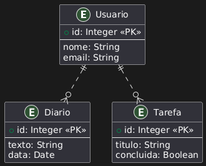
kevinloppes/ddm-Smoothme keeps this PlantUML diagram as docs/database/MER.png. Above is the earlier version. Source of this version:
```plantuml
@startuml
!define ENTITY #FFD700
!define RELATIONSHIP #90EE90

entity Usuario {
  + id: Integer <<PK>>
  --
  nome: String
  email: String
}

entity Diario {
  + id: Integer <<PK>>
  --
  texto: String
  data: Date
}

entity Tarefa {
  + id: Integer <<PK>>
  --
  titulo: String
  concluida: Boolean
}

Usuario ||..o{ Diario
Usuario ||..o{ Tarefa
@enduml
```
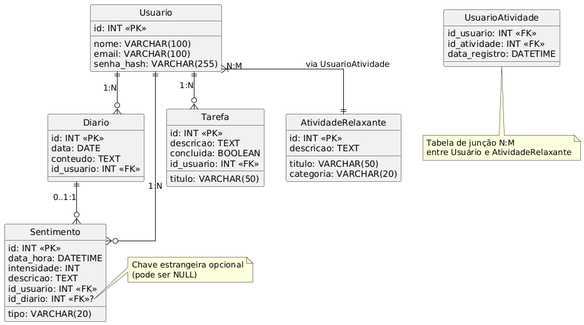
The same file after the commit.

The edit, as a diff of the source:
```diff
@@ -1,28 +1,65 @@
 @startuml
-!define ENTITY #FFD700
-!define RELATIONSHIP #90EE90
+hide circle
+skinparam linetype ortho
 
 entity Usuario {
-  + id: Integer <<PK>>
-  --
-  nome: String
-  email: String
+  id: INT <<PK>>
+  nome: VARCHAR(100)
+  email: VARCHAR(100)
+  senha_hash: VARCHAR(255)
 }
 
 entity Diario {
-  + id: Integer <<PK>>
-  --
-  texto: String
-  data: Date
+  id: INT <<PK>>
+  data: DATE
+  conteudo: TEXT
+  id_usuario: INT <<FK>>
 }
 
 entity Tarefa {
-  + id: Integer <<PK>>
-  --
-  titulo: String
-  concluida: Boolean
+  id: INT <<PK>>
+  titulo: VARCHAR(50)
+  descricao: TEXT
+  concluida: BOOLEAN
+  id_usuario: INT <<FK>>
 }
 
-Usuario ||..o{ Diario
-Usuario ||..o{ Tarefa
+entity AtividadeRelaxante {
+  id: INT <<PK>>
+  titulo: VARCHAR(50)
+  descricao: TEXT
+  categoria: VARCHAR(20)
+}
+
+entity Sentimento {
+  id: INT <<PK>>
+  data_hora: DATETIME
+  tipo: VARCHAR(20)
+  intensidade: INT
+  descricao: TEXT
+  id_usuario: INT <<FK>>
+  id_diario: INT <<FK>>?
+}
+
+entity UsuarioAtividade {
+  id_usuario: INT <<FK>>
+  id_atividade: INT <<FK>>
+  data_registro: DATETIME
+}
+
+Usuario ||--o{ Diario : "1:N"
+Usuario ||--o{ Tarefa : "1:N"
+Usuario }|--|| AtividadeRelaxante : "N:M" via UsuarioAtividade
+Usuario ||--o{ Sentimento : "1:N"
+Diario ||--o{ Sentimento : "0..1:1"
+
+note right of Sentimento::id_diario
+  Chave estrangeira opcional
+  (pode ser NULL)
+end note
+
+note bottom of UsuarioAtividade
+  Tabela de junção N:M
+  entre Usuário e AtividadeRelaxante
+end note
 @enduml
```
